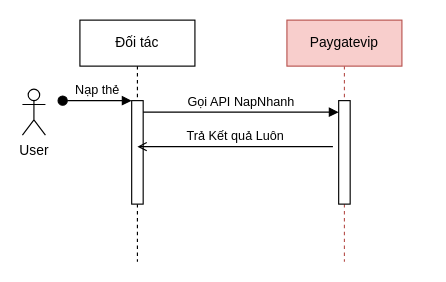
This is NapTheNhanh.drawio from bachdev/diagram, a draw.io file, before an edit. Source tidied: cells renumbered, new cells numbered last; positions are measured from the earlier drawing's top-left corner, leaving out a move shared by most shapes. Both pictures are drawn from the tidied source at 115%, with x=0, y=0 at pixel (22, 20).
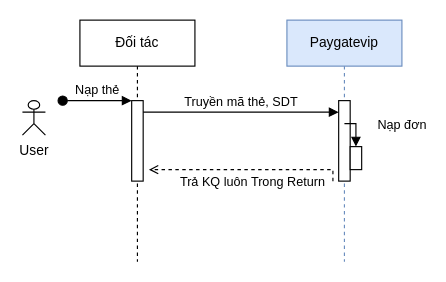
The same page after the edit.

Unchanged cells that the change refers to:
```xml
<mxCell id="2" value="Đối tác" style="shape=umlLifeline;perimeter=lifelinePerimeter;whiteSpace=wrap;html=1;newEdgeStyle={&quot;edgeStyle&quot;:&quot;elbowEdgeStyle&quot;,&quot;elbow&quot;:&quot;vertical&quot;,&quot;curved&quot;:0,&quot;rounded&quot;:0};" parent="1" vertex="1">
  <mxGeometry x="50" width="100" height="210" as="geometry" />
</mxCell>
```

Diff of the diagram source:
```diff
@@
     <mxCell id="3" style="html=1;points=[];perimeter=orthogonalPerimeter;outlineConnect=0;targetShapes=umlLifeline;portConstraint=eastwest;newEdgeStyle={&quot;edgeStyle&quot;:&quot;elbowEdgeStyle&quot;,&quot;elbow&quot;:&quot;vertical&quot;,&quot;curved&quot;:0,&quot;rounded&quot;:0};" parent="2" vertex="1">
-      <mxGeometry x="45" y="70" width="10" height="90" as="geometry" />
+      <mxGeometry x="45" y="70" width="10" height="70" as="geometry" />
     </mxCell>
@@
-    <mxCell id="5" value="Paygatevip" style="shape=umlLifeline;perimeter=lifelinePerimeter;whiteSpace=wrap;html=1;outlineConnect=0;portConstraint=eastwest;newEdgeStyle={&quot;edgeStyle&quot;:&quot;elbowEdgeStyle&quot;,&quot;elbow&quot;:&quot;vertical&quot;,&quot;curved&quot;:0,&quot;rounded&quot;:0};fillColor=#f8cecc;strokeColor=#b85450;" parent="1" vertex="1">
+    <mxCell id="5" value="Paygatevip" style="shape=umlLifeline;perimeter=lifelinePerimeter;whiteSpace=wrap;html=1;outlineConnect=0;portConstraint=eastwest;newEdgeStyle={&quot;edgeStyle&quot;:&quot;elbowEdgeStyle&quot;,&quot;elbow&quot;:&quot;vertical&quot;,&quot;curved&quot;:0,&quot;rounded&quot;:0};fillColor=#dae8fc;strokeColor=#6c8ebf;" parent="1" vertex="1">
       <mxGeometry x="230" width="100" height="210" as="geometry" />
     </mxCell>
+    <mxCell id="10" style="edgeStyle=elbowEdgeStyle;rounded=0;jettySize=auto;html=1;elbow=vertical;curved=0;" parent="5" edge="1" source="6" target="5">
+      <mxGeometry relative="1" as="geometry" />
+    </mxCell>
+    <mxCell id="11" style="edgeStyle=elbowEdgeStyle;rounded=0;jettySize=auto;html=1;elbow=vertical;curved=0;" parent="5" edge="1" source="6" target="5">
+      <mxGeometry relative="1" as="geometry" />
+    </mxCell>
+    <mxCell id="12" style="edgeStyle=elbowEdgeStyle;rounded=0;jettySize=auto;html=1;elbow=vertical;curved=0;" parent="5" edge="1" source="6" target="13">
+      <mxGeometry relative="1" as="geometry" />
+    </mxCell>
     <mxCell id="6" style="html=1;points=[];perimeter=orthogonalPerimeter;outlineConnect=0;targetShapes=umlLifeline;portConstraint=eastwest;newEdgeStyle={&quot;edgeStyle&quot;:&quot;elbowEdgeStyle&quot;,&quot;elbow&quot;:&quot;vertical&quot;,&quot;curved&quot;:0,&quot;rounded&quot;:0};" parent="5" vertex="1">
-      <mxGeometry x="45" y="70" width="10" height="90" as="geometry" />
+      <mxGeometry x="45" y="70" width="10" height="70" as="geometry" />
     </mxCell>
+    <mxCell id="13" style="html=1;points=[];perimeter=orthogonalPerimeter;outlineConnect=0;targetShapes=umlLifeline;portConstraint=eastwest;newEdgeStyle={&quot;edgeStyle&quot;:&quot;elbowEdgeStyle&quot;,&quot;elbow&quot;:&quot;vertical&quot;,&quot;curved&quot;:0,&quot;rounded&quot;:0};" parent="5" vertex="1">
+      <mxGeometry x="55" y="110" width="10" height="20" as="geometry" />
+    </mxCell>
-    <mxCell id="7" value="Gọi API NapNhanh" style="html=1;verticalAlign=bottom;endArrow=block;edgeStyle=elbowEdgeStyle;elbow=vertical;curved=0;rounded=0;" parent="1" edge="1" source="3" target="6">
+    <mxCell id="7" value="Truyền mã thẻ, SDT" style="html=1;verticalAlign=bottom;endArrow=block;edgeStyle=elbowEdgeStyle;elbow=vertical;curved=0;rounded=0;" parent="1" edge="1" source="3" target="6">
       <mxGeometry relative="1" as="geometry">
         <Array as="points">
           <mxPoint x="190" y="80" />
         </Array>
       </mxGeometry>
     </mxCell>
-    <mxCell id="8" value="Trả Kết quả Luôn" style="html=1;verticalAlign=bottom;endArrow=open;edgeStyle=elbowEdgeStyle;elbow=vertical;curved=0;rounded=0;" parent="1" edge="1">
-      <mxGeometry relative="1" as="geometry">
-        <mxPoint x="270" y="110" as="sourcePoint" />
-        <mxPoint x="100" y="110" as="targetPoint" />
+    <mxCell id="8" value="Trả KQ luôn Trong Return" style="html=1;verticalAlign=bottom;endArrow=open;edgeStyle=elbowEdgeStyle;elbow=vertical;curved=0;rounded=0;dashed=1;" parent="1" edge="1">
+      <mxGeometry x="-0.06" y="20" relative="1" as="geometry">
+        <mxPoint x="270" y="140" as="sourcePoint" />
+        <mxPoint x="110" y="130" as="targetPoint" />
         <Array as="points">
-          <mxPoint x="195" y="110" />
+          <mxPoint x="190" y="130" />
         </Array>
       </mxGeometry>
     </mxCell>
     <mxCell id="9" value="User" style="shape=umlActor;verticalLabelPosition=bottom;verticalAlign=top;html=1;" parent="1" vertex="1">
-      <mxGeometry y="60" width="20" height="40" as="geometry" />
+      <mxGeometry y="70" width="20" height="30" as="geometry" />
     </mxCell>
+    <mxCell id="14" value="Nạp đơn" style="html=1;verticalAlign=bottom;endArrow=block;edgeStyle=elbowEdgeStyle;elbow=vertical;curved=0;rounded=0;" parent="1" edge="1" target="13">
+      <mxGeometry x="0.33" y="40" relative="1" as="geometry">
+        <mxPoint x="280" y="90" as="sourcePoint" />
+        <Array as="points">
+          <mxPoint x="365" y="90" />
+        </Array>
+      </mxGeometry>
+    </mxCell>
```
